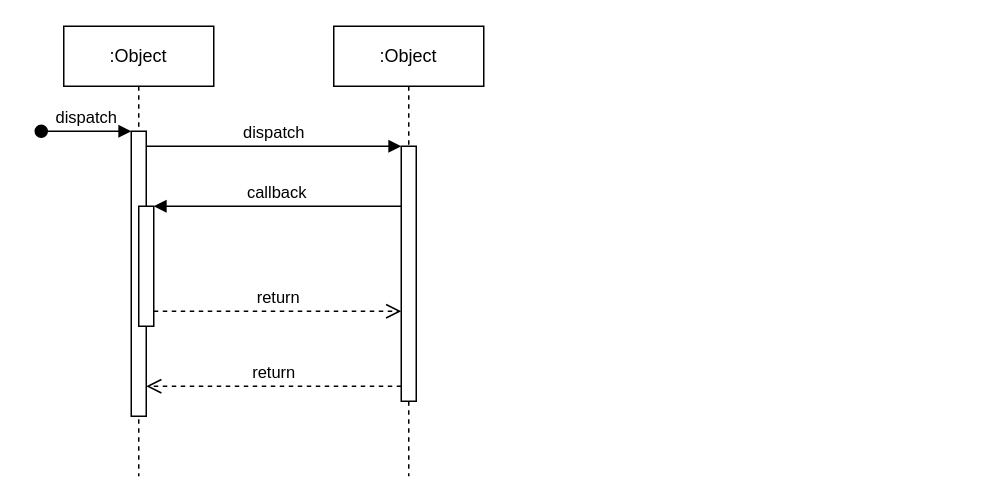
tlMark/files keeps this draw.io diagram as 제목 없는 다이어그램.drawio. Above is the earlier version. Source tidied: cells renumbered, new cells numbered last; positions are measured from the earlier drawing's top-left corner, leaving out a move shared by most shapes. Both pictures are drawn from the tidied source at 150%, with x=0, y=0 at pixel (40, 26).
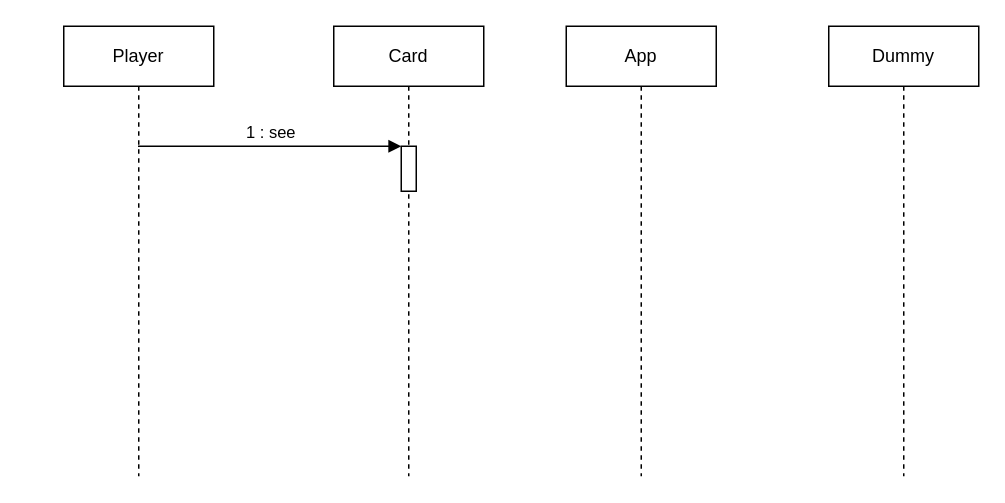
The same page after the edit.

Commit message:
순차다이어그램 업데이트

Diff of the diagram source:
```diff
@@
 <mxGraphModel>
   <root>
     <mxCell id="0" />
     <mxCell id="1" parent="0" />
-    <mxCell id="2" value=":Object" style="shape=umlLifeline;perimeter=lifelinePerimeter;whiteSpace=wrap;html=1;outlineConnect=0;portConstraint=eastwest;newEdgeStyle={&quot;edgeStyle&quot;:&quot;elbowEdgeStyle&quot;,&quot;elbow&quot;:&quot;vertical&quot;,&quot;curved&quot;:0,&quot;rounded&quot;:0};" parent="1" vertex="1">
+    <mxCell id="2" value="Player" style="shape=umlLifeline;perimeter=lifelinePerimeter;whiteSpace=wrap;html=1;outlineConnect=0;portConstraint=eastwest;newEdgeStyle={&quot;edgeStyle&quot;:&quot;elbowEdgeStyle&quot;,&quot;elbow&quot;:&quot;vertical&quot;,&quot;curved&quot;:0,&quot;rounded&quot;:0};" parent="1" vertex="1">
       <mxGeometry x="15" width="100" height="300" as="geometry" />
     </mxCell>
-    <mxCell id="3" style="html=1;points=[];perimeter=orthogonalPerimeter;outlineConnect=0;targetShapes=umlLifeline;portConstraint=eastwest;newEdgeStyle={&quot;edgeStyle&quot;:&quot;elbowEdgeStyle&quot;,&quot;elbow&quot;:&quot;vertical&quot;,&quot;curved&quot;:0,&quot;rounded&quot;:0};" parent="2" vertex="1">
-      <mxGeometry x="45" y="70" width="10" height="190" as="geometry" />
-    </mxCell>
-    <mxCell id="4" value="dispatch" style="html=1;verticalAlign=bottom;startArrow=oval;endArrow=block;startSize=8;edgeStyle=elbowEdgeStyle;elbow=vertical;curved=0;rounded=0;" parent="2" edge="1" target="3">
-      <mxGeometry relative="1" as="geometry">
-        <mxPoint x="-15" y="70" as="sourcePoint" />
-      </mxGeometry>
-    </mxCell>
-    <mxCell id="5" style="html=1;points=[];perimeter=orthogonalPerimeter;outlineConnect=0;targetShapes=umlLifeline;portConstraint=eastwest;newEdgeStyle={&quot;edgeStyle&quot;:&quot;elbowEdgeStyle&quot;,&quot;elbow&quot;:&quot;vertical&quot;,&quot;curved&quot;:0,&quot;rounded&quot;:0};" parent="2" vertex="1">
-      <mxGeometry x="50" y="120" width="10" height="80" as="geometry" />
-    </mxCell>
-    <mxCell id="6" value=":Object" style="shape=umlLifeline;perimeter=lifelinePerimeter;whiteSpace=wrap;html=1;newEdgeStyle={&quot;edgeStyle&quot;:&quot;elbowEdgeStyle&quot;,&quot;elbow&quot;:&quot;vertical&quot;,&quot;curved&quot;:0,&quot;rounded&quot;:0};" parent="1" vertex="1">
+    <mxCell id="6" value="Card" style="shape=umlLifeline;perimeter=lifelinePerimeter;whiteSpace=wrap;html=1;newEdgeStyle={&quot;edgeStyle&quot;:&quot;elbowEdgeStyle&quot;,&quot;elbow&quot;:&quot;vertical&quot;,&quot;curved&quot;:0,&quot;rounded&quot;:0};" parent="1" vertex="1">
       <mxGeometry x="195" width="100" height="300" as="geometry" />
     </mxCell>
-    <mxCell id="7" style="html=1;points=[];perimeter=orthogonalPerimeter;outlineConnect=0;targetShapes=umlLifeline;portConstraint=eastwest;newEdgeStyle={&quot;edgeStyle&quot;:&quot;elbowEdgeStyle&quot;,&quot;elbow&quot;:&quot;vertical&quot;,&quot;curved&quot;:0,&quot;rounded&quot;:0};" parent="6" vertex="1">
-      <mxGeometry x="45" y="80" width="10" height="170" as="geometry" />
-    </mxCell>
-    <mxCell id="8" value="dispatch" style="html=1;verticalAlign=bottom;endArrow=block;edgeStyle=elbowEdgeStyle;elbow=vertical;curved=0;rounded=0;" parent="1" edge="1" source="3" target="7">
-      <mxGeometry relative="1" as="geometry">
-        <Array as="points">
-          <mxPoint x="155" y="80" />
-        </Array>
-      </mxGeometry>
-    </mxCell>
-    <mxCell id="9" value="return" style="html=1;verticalAlign=bottom;endArrow=open;dashed=1;endSize=8;edgeStyle=elbowEdgeStyle;elbow=vertical;curved=0;rounded=0;" parent="1" edge="1" source="7" target="3">
-      <mxGeometry relative="1" as="geometry">
-        <Array as="points">
-          <mxPoint x="165" y="240" />
-        </Array>
-      </mxGeometry>
-    </mxCell>
-    <mxCell id="10" value="callback" style="html=1;verticalAlign=bottom;endArrow=block;edgeStyle=elbowEdgeStyle;elbow=vertical;curved=0;rounded=0;" parent="1" edge="1" source="7" target="5">
-      <mxGeometry relative="1" as="geometry">
-        <Array as="points">
-          <mxPoint x="165" y="120" />
-        </Array>
-      </mxGeometry>
-    </mxCell>
-    <mxCell id="11" value="return" style="html=1;verticalAlign=bottom;endArrow=open;dashed=1;endSize=8;edgeStyle=elbowEdgeStyle;elbow=vertical;curved=0;rounded=0;" parent="1" edge="1" source="5" target="7">
-      <mxGeometry relative="1" as="geometry">
-        <Array as="points">
-          <mxPoint x="155" y="190" />
-        </Array>
-      </mxGeometry>
-    </mxCell>
+    <mxCell id="12" value="App" style="shape=umlLifeline;perimeter=lifelinePerimeter;whiteSpace=wrap;html=1;newEdgeStyle={&quot;edgeStyle&quot;:&quot;elbowEdgeStyle&quot;,&quot;elbow&quot;:&quot;vertical&quot;,&quot;curved&quot;:0,&quot;rounded&quot;:0};" parent="1" vertex="1">
+      <mxGeometry x="350" width="100" height="300" as="geometry" />
+    </mxCell>
+    <mxCell id="13" value="Dummy" style="shape=umlLifeline;perimeter=lifelinePerimeter;whiteSpace=wrap;html=1;newEdgeStyle={&quot;edgeStyle&quot;:&quot;elbowEdgeStyle&quot;,&quot;elbow&quot;:&quot;vertical&quot;,&quot;curved&quot;:0,&quot;rounded&quot;:0};" parent="1" vertex="1">
+      <mxGeometry x="525" width="100" height="300" as="geometry" />
+    </mxCell>
+    <mxCell id="14" value="1 : see" style="html=1;verticalAlign=bottom;endArrow=block;curved=0;rounded=0;entryX=0;entryY=0;entryDx=0;entryDy=0;" parent="1" edge="1" source="2" target="15">
+      <mxGeometry relative="1" as="geometry" />
+    </mxCell>
+    <mxCell id="15" style="rounded=0;whiteSpace=wrap;html=1;" parent="1" vertex="1">
+      <mxGeometry x="240" y="80" width="10" height="30" as="geometry" />
+    </mxCell>
   </root>
 </mxGraphModel>
```
